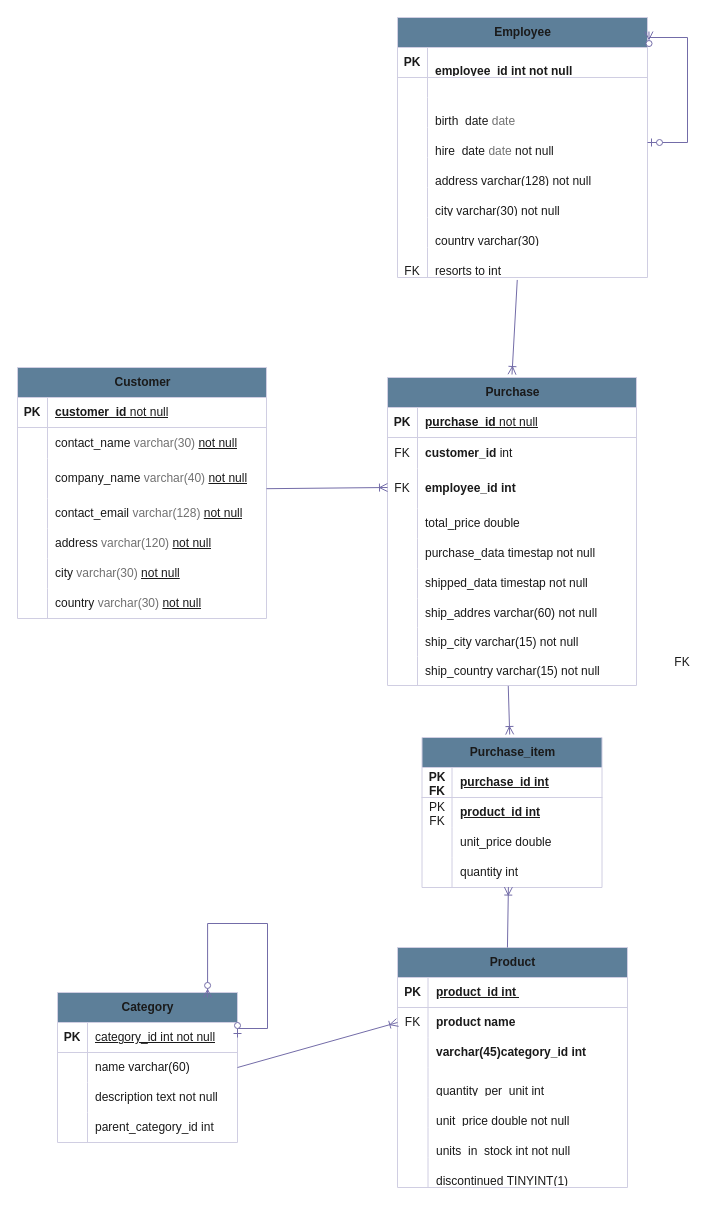
Above: page "Page-1" (1 of 2) of rsc/Diagrama-sin-título.drawio in kevin-pb/sql-tasck-01-school (draw.io), before the change. Source tidied: cells renumbered, new cells numbered last; positions are measured from the earlier drawing's top-left corner, leaving out a move shared by most shapes. Both pictures are drawn from the tidied source at 100%, with x=0, y=0 at pixel (17, 17).
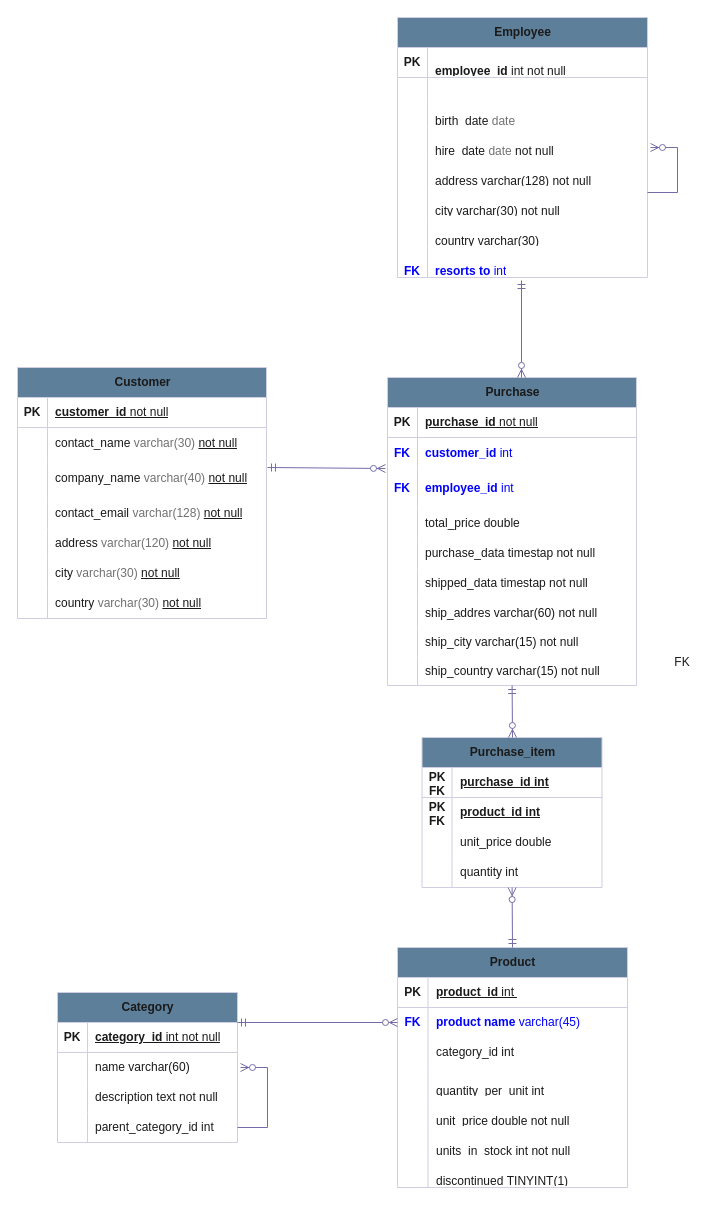
Above is the later version.

Commit message (it also covers changes not shown here):
upade eschema

Unchanged cells that the change refers to:
```xml
<mxCell id="2" value="Category" style="shape=table;startSize=30;childLayout=tableLayout;rowLines=0;fontStyle=1;align=center;html=1;strokeColor=#D0CEE2;fontColor=#1A1A1A;fillColor=#5D7F99;perimeterSpacing=3;" parent="1" vertex="1">
  <mxGeometry x="40" y="975" width="180" height="150" as="geometry" />
</mxCell>
<mxCell id="3" style="shape=tableRow;horizontal=0;startSize=0;swimlaneHead=0;swimlaneBody=0;fillColor=none;points=[[0,0.5],[1,0.5]];portConstraint=eastwest;top=0;left=0;right=0;bottom=1;strokeColor=#D0CEE2;fontColor=#1A1A1A;" parent="2" vertex="1">
  <mxGeometry y="30" width="180" height="30" as="geometry" />
</mxCell>
<mxCell id="6" style="shape=tableRow;horizontal=0;startSize=0;swimlaneHead=0;swimlaneBody=0;fillColor=none;points=[[0,0.5],[1,0.5]];portConstraint=eastwest;top=0;left=0;right=0;bottom=0;strokeColor=#D0CEE2;fontColor=#1A1A1A;" parent="2" vertex="1">
  <mxGeometry y="60" width="180" height="30" as="geometry" />
</mxCell>
<mxCell id="12" style="shape=tableRow;horizontal=0;startSize=0;swimlaneHead=0;swimlaneBody=0;fillColor=none;points=[[0,0.5],[1,0.5]];portConstraint=eastwest;top=0;left=0;right=0;bottom=0;strokeColor=#D0CEE2;fontColor=#1A1A1A;" parent="2" vertex="1">
  <mxGeometry y="120" width="180" height="30" as="geometry" />
</mxCell>
<mxCell id="17" value="Employee" style="shape=table;startSize=30;childLayout=tableLayout;rowLines=0;fontStyle=1;align=center;html=1;strokeColor=#D0CEE2;fontColor=#1A1A1A;fillColor=#5D7F99;perimeterSpacing=3;" parent="1" vertex="1">
  <mxGeometry x="380" width="250" height="260" as="geometry" />
</mxCell>
<mxCell id="18" style="shape=tableRow;horizontal=0;startSize=0;swimlaneHead=0;swimlaneBody=0;fillColor=none;top=0;left=0;right=0;bottom=1;strokeColor=#D0CEE2;fontColor=#1A1A1A;" parent="17" vertex="1">
  <mxGeometry y="30" width="250" height="30" as="geometry" />
</mxCell>
<mxCell id="27" style="shape=tableRow;horizontal=0;startSize=0;swimlaneHead=0;swimlaneBody=0;fillColor=none;points=[[0,0.5],[1,0.5]];portConstraint=eastwest;top=0;left=0;right=0;bottom=0;strokeColor=#D0CEE2;fontColor=#1A1A1A;" parent="17" vertex="1">
  <mxGeometry y="110" width="250" height="30" as="geometry" />
</mxCell>
<mxCell id="39" style="shape=tableRow;horizontal=0;startSize=0;swimlaneHead=0;swimlaneBody=0;fillColor=none;points=[[0,0.5],[1,0.5]];portConstraint=eastwest;top=0;left=0;right=0;bottom=0;strokeColor=#D0CEE2;fontColor=#1A1A1A;" parent="17" vertex="1">
  <mxGeometry y="230" width="250" height="30" as="geometry" />
</mxCell>
<mxCell id="65" value="Purchase" style="shape=table;startSize=30;childLayout=tableLayout;rowLines=0;fontStyle=1;align=center;html=1;strokeColor=#D0CEE2;fontColor=#1A1A1A;fillColor=#5D7F99;perimeterSpacing=3;" parent="1" vertex="1">
  <mxGeometry x="370" y="360" width="249" height="308" as="geometry" />
</mxCell>
<mxCell id="69" style="shape=tableRow;horizontal=0;startSize=0;swimlaneHead=0;swimlaneBody=0;fillColor=none;points=[[0,0.5],[1,0.5]];portConstraint=eastwest;top=0;left=0;right=0;bottom=0;strokeColor=#D0CEE2;fontColor=#1A1A1A;" parent="65" vertex="1">
  <mxGeometry y="60" width="249" height="31" as="geometry" />
</mxCell>
<mxCell id="72" style="shape=tableRow;horizontal=0;startSize=0;swimlaneHead=0;swimlaneBody=0;fillColor=none;top=0;left=0;right=0;bottom=0;strokeColor=#D0CEE2;fontColor=#1A1A1A;" parent="65" vertex="1">
  <mxGeometry y="91" width="249" height="40" as="geometry" />
</mxCell>
<mxCell id="90" style="shape=tableRow;horizontal=0;startSize=0;swimlaneHead=0;swimlaneBody=0;fillColor=none;points=[[0,0.5],[1,0.5]];portConstraint=eastwest;top=0;left=0;right=0;bottom=0;strokeColor=#D0CEE2;fontColor=#1A1A1A;" parent="65" vertex="1">
  <mxGeometry y="279" width="249" height="29" as="geometry" />
</mxCell>
<mxCell id="93" value="Purchase_item" style="shape=table;startSize=30;childLayout=tableLayout;rowLines=0;fontStyle=1;align=center;html=1;strokeColor=#D0CEE2;fontColor=#1A1A1A;fillColor=#5D7F99;perimeterSpacing=3;" parent="1" vertex="1">
  <mxGeometry x="404.5" y="720" width="180" height="150" as="geometry" />
</mxCell>
<mxCell id="97" style="shape=tableRow;horizontal=0;startSize=0;swimlaneHead=0;swimlaneBody=0;fillColor=none;top=0;left=0;right=0;bottom=0;strokeColor=#D0CEE2;fontColor=#1A1A1A;" parent="93" vertex="1">
  <mxGeometry y="60" width="180" height="30" as="geometry" />
</mxCell>
<mxCell id="103" style="shape=tableRow;horizontal=0;startSize=0;swimlaneHead=0;swimlaneBody=0;fillColor=none;points=[[0,0.5],[1,0.5]];portConstraint=eastwest;top=0;left=0;right=0;bottom=0;strokeColor=#D0CEE2;fontColor=#1A1A1A;" parent="93" vertex="1">
  <mxGeometry y="120" width="180" height="30" as="geometry" />
</mxCell>
<mxCell id="108" value="Product" style="shape=table;startSize=30;childLayout=tableLayout;rowLines=0;fontStyle=1;align=center;html=1;strokeColor=#D0CEE2;fontColor=#1A1A1A;fillColor=#5D7F99;" parent="1" vertex="1">
  <mxGeometry x="380" y="930" width="230" height="240" as="geometry" />
</mxCell>
<mxCell id="109" style="shape=tableRow;horizontal=0;startSize=0;swimlaneHead=0;swimlaneBody=0;fillColor=none;top=0;left=0;right=0;bottom=1;strokeColor=#D0CEE2;fontColor=#1A1A1A;" parent="108" vertex="1">
  <mxGeometry y="30" width="230" height="30" as="geometry" />
</mxCell>
<mxCell id="112" style="shape=tableRow;horizontal=0;startSize=0;swimlaneHead=0;swimlaneBody=0;fillColor=none;points=[[0,0.5],[1,0.5]];portConstraint=eastwest;top=0;left=0;right=0;bottom=0;strokeColor=#D0CEE2;fontColor=#1A1A1A;" parent="108" vertex="1">
  <mxGeometry y="60" width="230" height="30" as="geometry" />
</mxCell>
<mxCell id="115" style="shape=tableRow;horizontal=0;startSize=0;swimlaneHead=0;swimlaneBody=0;fillColor=none;top=0;left=0;right=0;bottom=0;strokeColor=#D0CEE2;fontColor=#1A1A1A;" parent="108" vertex="1">
  <mxGeometry y="90" width="230" height="30" as="geometry" />
</mxCell>
```

Diff of the diagram source:
```diff
@@
-    <mxCell id="5" value="&lt;u style=&quot;font-weight: 400;&quot;&gt;category_id int not null&lt;/u&gt;" style="shape=partialRectangle;fillColor=none;top=0;left=0;bottom=0;right=0;align=left;spacingLeft=6;fontStyle=5;overflow=hidden;whiteSpace=wrap;html=1;strokeColor=#D0CEE2;fontColor=#1A1A1A;" parent="3" vertex="1">
+    <mxCell id="5" value="&lt;u style=&quot;&quot;&gt;category_id&lt;/u&gt;&lt;u style=&quot;font-weight: 400;&quot;&gt; int not null&lt;/u&gt;" style="shape=partialRectangle;fillColor=none;top=0;left=0;bottom=0;right=0;align=left;spacingLeft=6;fontStyle=5;overflow=hidden;whiteSpace=wrap;html=1;strokeColor=#D0CEE2;fontColor=#1A1A1A;" parent="3" vertex="1">
       <mxGeometry x="30" width="150" height="30" as="geometry" />
     </mxCell>
@@
-    <mxCell id="15" style="edgeStyle=orthogonalEdgeStyle;fontSize=12;html=1;endArrow=ERzeroToMany;startArrow=ERzeroToOne;rounded=0;strokeColor=#736CA8;fontColor=#1A1A1A;exitX=1;exitY=0.5;exitDx=0;exitDy=0;entryX=0.823;entryY=0.051;entryDx=0;entryDy=0;entryPerimeter=0;" parent="2" edge="1" source="3" target="2">
-      <mxGeometry relative="1" as="geometry">
-        <Array as="points">
-          <mxPoint x="180" y="36" />
-          <mxPoint x="210" y="36" />
-          <mxPoint x="210" y="-69" />
-          <mxPoint x="150" y="-69" />
-        </Array>
-      </mxGeometry>
-    </mxCell>
+    <mxCell id="133" style="edgeStyle=entityRelationEdgeStyle;fontSize=12;html=1;endArrow=ERzeroToMany;endFill=1;rounded=0;strokeColor=#736CA8;fontColor=#1A1A1A;exitX=1;exitY=0.5;exitDx=0;exitDy=0;" parent="2" edge="1" source="12" target="2">
+      <mxGeometry relative="1" as="geometry">
+        <Array as="points">
+          <mxPoint x="200" y="33" />
+        </Array>
+      </mxGeometry>
+    </mxCell>
@@
-    <mxCell id="20" value="&lt;div&gt;&lt;u&gt;&lt;br&gt;&lt;/u&gt;&lt;/div&gt;&lt;u&gt;employee_id int not null&lt;/u&gt;" style="shape=partialRectangle;fillColor=none;top=0;left=0;bottom=0;right=0;align=left;spacingLeft=6;fontStyle=5;overflow=hidden;whiteSpace=wrap;html=1;strokeColor=#D0CEE2;fontColor=#1A1A1A;" parent="18" vertex="1">
+    <mxCell id="20" value="&lt;div&gt;&lt;u&gt;&lt;br&gt;&lt;/u&gt;&lt;/div&gt;&lt;u&gt;employee_id &lt;span style=&quot;font-weight: normal;&quot;&gt;int not null&lt;/span&gt;&lt;/u&gt;" style="shape=partialRectangle;fillColor=none;top=0;left=0;bottom=0;right=0;align=left;spacingLeft=6;fontStyle=5;overflow=hidden;whiteSpace=wrap;html=1;strokeColor=#D0CEE2;fontColor=#1A1A1A;" parent="18" vertex="1">
       <mxGeometry x="30" width="220" height="30" as="geometry" />
     </mxCell>
@@
-    <mxCell id="40" value="&lt;div&gt;&lt;br&gt;&lt;/div&gt;FK" style="shape=partialRectangle;fillColor=none;top=0;left=0;bottom=0;right=0;overflow=hidden;whiteSpace=wrap;html=1;strokeColor=#D0CEE2;fontColor=#1A1A1A;" parent="39" vertex="1">
+    <mxCell id="40" value="&lt;div&gt;&lt;font color=&quot;#0000ff&quot;&gt;&lt;b&gt;&lt;br&gt;&lt;/b&gt;&lt;/font&gt;&lt;/div&gt;&lt;font color=&quot;#0000ff&quot;&gt;&lt;b&gt;FK&lt;/b&gt;&lt;/font&gt;" style="shape=partialRectangle;fillColor=none;top=0;left=0;bottom=0;right=0;overflow=hidden;whiteSpace=wrap;html=1;strokeColor=#D0CEE2;fontColor=#1A1A1A;" parent="39" vertex="1">
       <mxGeometry width="30" height="30" as="geometry" />
     </mxCell>
-    <mxCell id="41" value="&lt;div&gt;&lt;/div&gt;&lt;div&gt;&lt;br&gt;&lt;/div&gt;&lt;div&gt;resorts to int&lt;/div&gt;" style="shape=partialRectangle;fillColor=none;top=0;left=0;bottom=0;right=0;align=left;spacingLeft=6;overflow=hidden;whiteSpace=wrap;html=1;strokeColor=#D0CEE2;fontColor=#1A1A1A;" parent="39" vertex="1">
+    <mxCell id="41" value="&lt;div&gt;&lt;/div&gt;&lt;div&gt;&lt;b&gt;&lt;font color=&quot;#0000ff&quot;&gt;&lt;br&gt;&lt;/font&gt;&lt;/b&gt;&lt;/div&gt;&lt;div&gt;&lt;font style=&quot;&quot; color=&quot;#0000ff&quot;&gt;&lt;b&gt;resorts to &lt;/b&gt;int&lt;/font&gt;&lt;/div&gt;" style="shape=partialRectangle;fillColor=none;top=0;left=0;bottom=0;right=0;align=left;spacingLeft=6;overflow=hidden;whiteSpace=wrap;html=1;strokeColor=#D0CEE2;fontColor=#1A1A1A;" parent="39" vertex="1">
       <mxGeometry x="30" width="220" height="30" as="geometry" />
     </mxCell>
-    <mxCell id="42" style="edgeStyle=orthogonalEdgeStyle;fontSize=12;html=1;endArrow=ERzeroToMany;startArrow=ERzeroToOne;rounded=0;strokeColor=#736CA8;fontColor=#1A1A1A;exitX=1;exitY=0.5;exitDx=0;exitDy=0;entryX=0.994;entryY=0.064;entryDx=0;entryDy=0;entryPerimeter=0;" parent="17" edge="1" source="27" target="17">
-      <mxGeometry relative="1" as="geometry">
-        <Array as="points">
-          <mxPoint x="290" y="125" />
-          <mxPoint x="290" y="20" />
-          <mxPoint x="252" y="20" />
-        </Array>
-      </mxGeometry>
-    </mxCell>
@@
-    <mxCell id="70" value="FK" style="shape=partialRectangle;fillColor=none;top=0;left=0;bottom=0;right=0;overflow=hidden;whiteSpace=wrap;html=1;strokeColor=#D0CEE2;fontColor=#1A1A1A;" parent="69" vertex="1">
+    <mxCell id="70" value="&lt;b&gt;&lt;font color=&quot;#0000ff&quot;&gt;FK&lt;/font&gt;&lt;/b&gt;" style="shape=partialRectangle;fillColor=none;top=0;left=0;bottom=0;right=0;overflow=hidden;whiteSpace=wrap;html=1;strokeColor=#D0CEE2;fontColor=#1A1A1A;" parent="69" vertex="1">
       <mxGeometry width="30" height="31" as="geometry" />
     </mxCell>
-    <mxCell id="71" value="&lt;b&gt;customer_id&lt;/b&gt;&amp;nbsp;int&lt;font color=&quot;#717171&quot;&gt;&amp;nbsp;&lt;/font&gt;" style="shape=partialRectangle;fillColor=none;top=0;left=0;bottom=0;right=0;align=left;spacingLeft=6;overflow=hidden;whiteSpace=wrap;html=1;strokeColor=#D0CEE2;fontColor=#1A1A1A;" parent="69" vertex="1">
+    <mxCell id="71" value="&lt;font color=&quot;#0000ff&quot;&gt;&lt;b&gt;customer_id&lt;/b&gt;&amp;nbsp;int&amp;nbsp;&lt;/font&gt;" style="shape=partialRectangle;fillColor=none;top=0;left=0;bottom=0;right=0;align=left;spacingLeft=6;overflow=hidden;whiteSpace=wrap;html=1;strokeColor=#D0CEE2;fontColor=#1A1A1A;" parent="69" vertex="1">
       <mxGeometry x="30" width="219" height="31" as="geometry" />
     </mxCell>
@@
-    <mxCell id="73" value="FK" style="shape=partialRectangle;fillColor=none;top=0;left=0;bottom=0;right=0;overflow=hidden;whiteSpace=wrap;html=1;strokeColor=#D0CEE2;fontColor=#1A1A1A;" parent="72" vertex="1">
+    <mxCell id="73" value="&lt;b&gt;&lt;font color=&quot;#0000ff&quot;&gt;FK&lt;/font&gt;&lt;/b&gt;" style="shape=partialRectangle;fillColor=none;top=0;left=0;bottom=0;right=0;overflow=hidden;whiteSpace=wrap;html=1;strokeColor=#D0CEE2;fontColor=#1A1A1A;" parent="72" vertex="1">
       <mxGeometry width="30" height="40" as="geometry" />
     </mxCell>
-    <mxCell id="74" value="&lt;b&gt;employee_id int&lt;/b&gt;" style="shape=partialRectangle;fillColor=none;top=0;left=0;bottom=0;right=0;align=left;spacingLeft=6;overflow=hidden;whiteSpace=wrap;html=1;strokeColor=#D0CEE2;fontColor=#1A1A1A;" parent="72" vertex="1">
+    <mxCell id="74" value="&lt;font style=&quot;&quot; color=&quot;#0000ff&quot;&gt;&lt;b&gt;employee_id &lt;/b&gt;int&lt;/font&gt;" style="shape=partialRectangle;fillColor=none;top=0;left=0;bottom=0;right=0;align=left;spacingLeft=6;overflow=hidden;whiteSpace=wrap;html=1;strokeColor=#D0CEE2;fontColor=#1A1A1A;" parent="72" vertex="1">
       <mxGeometry x="30" width="219" height="40" as="geometry" />
     </mxCell>
@@
-    <mxCell id="98" value="PK FK" style="shape=partialRectangle;fillColor=none;top=0;left=0;bottom=0;right=0;overflow=hidden;whiteSpace=wrap;html=1;strokeColor=#D0CEE2;fontColor=#1A1A1A;" parent="97" vertex="1">
+    <mxCell id="98" value="&lt;b&gt;PK FK&lt;/b&gt;" style="shape=partialRectangle;fillColor=none;top=0;left=0;bottom=0;right=0;overflow=hidden;whiteSpace=wrap;html=1;strokeColor=#D0CEE2;fontColor=#1A1A1A;" parent="97" vertex="1">
       <mxGeometry width="30" height="30" as="geometry" />
     </mxCell>
@@
-    <mxCell id="106" style="fontSize=12;html=1;endArrow=ERoneToMany;rounded=0;strokeColor=#736CA8;fontColor=#1A1A1A;exitX=1.002;exitY=0.04;exitDx=0;exitDy=0;exitPerimeter=0;" parent="1" edge="1">
-      <mxGeometry relative="1" as="geometry">
-        <mxPoint x="249" y="471.2" as="sourcePoint" />
-        <mxPoint x="370" y="470" as="targetPoint" />
-      </mxGeometry>
-    </mxCell>
-    <mxCell id="107" style="fontSize=12;html=1;endArrow=ERoneToMany;rounded=0;strokeColor=#736CA8;fontColor=#1A1A1A;entryX=0.5;entryY=0;entryDx=0;entryDy=0;exitX=0.479;exitY=1.082;exitDx=0;exitDy=0;exitPerimeter=0;" parent="1" edge="1" source="39" target="65">
-      <mxGeometry relative="1" as="geometry" />
-    </mxCell>
@@
-    <mxCell id="111" value="&lt;div&gt;&lt;u style=&quot;background-color: initial;&quot;&gt;product_id int&amp;nbsp;&lt;/u&gt;&lt;br&gt;&lt;/div&gt;" style="shape=partialRectangle;fillColor=none;top=0;left=0;bottom=0;right=0;align=left;spacingLeft=6;fontStyle=5;overflow=hidden;whiteSpace=wrap;html=1;strokeColor=#D0CEE2;fontColor=#1A1A1A;" parent="109" vertex="1">
+    <mxCell id="111" value="&lt;div&gt;&lt;u style=&quot;background-color: initial;&quot;&gt;product_id &lt;span style=&quot;font-weight: normal;&quot;&gt;int&lt;/span&gt;&amp;nbsp;&lt;/u&gt;&lt;br&gt;&lt;/div&gt;" style="shape=partialRectangle;fillColor=none;top=0;left=0;bottom=0;right=0;align=left;spacingLeft=6;fontStyle=5;overflow=hidden;whiteSpace=wrap;html=1;strokeColor=#D0CEE2;fontColor=#1A1A1A;" parent="109" vertex="1">
       <mxGeometry x="30.5" width="199.5" height="30" as="geometry" />
     </mxCell>
@@
-    <mxCell id="113" value="FK" style="shape=partialRectangle;fillColor=none;top=0;left=0;bottom=0;right=0;overflow=hidden;whiteSpace=wrap;html=1;strokeColor=#D0CEE2;fontColor=#1A1A1A;" parent="112" vertex="1">
+    <mxCell id="113" value="&lt;b&gt;&lt;font color=&quot;#0000ff&quot;&gt;FK&lt;/font&gt;&lt;/b&gt;" style="shape=partialRectangle;fillColor=none;top=0;left=0;bottom=0;right=0;overflow=hidden;whiteSpace=wrap;html=1;strokeColor=#D0CEE2;fontColor=#1A1A1A;" parent="112" vertex="1">
       <mxGeometry width="30.5" height="30" as="geometry" />
     </mxCell>
-    <mxCell id="114" value="&lt;b&gt;product name&amp;nbsp;&lt;/b&gt;" style="shape=partialRectangle;fillColor=none;top=0;left=0;bottom=0;right=0;align=left;spacingLeft=6;overflow=hidden;whiteSpace=wrap;html=1;strokeColor=#D0CEE2;fontColor=#1A1A1A;" parent="112" vertex="1">
+    <mxCell id="114" value="&lt;font color=&quot;#0000ff&quot;&gt;&lt;b&gt;product name&amp;nbsp;&lt;/b&gt;varchar(45)&lt;/font&gt;" style="shape=partialRectangle;fillColor=none;top=0;left=0;bottom=0;right=0;align=left;spacingLeft=6;overflow=hidden;whiteSpace=wrap;html=1;strokeColor=#D0CEE2;fontColor=#1A1A1A;" parent="112" vertex="1">
       <mxGeometry x="30.5" width="199.5" height="30" as="geometry" />
     </mxCell>
@@
-    <mxCell id="117" value="&lt;b&gt;varchar(45)&lt;/b&gt;&lt;b&gt;category_id int&lt;/b&gt;" style="shape=partialRectangle;fillColor=none;top=0;left=0;bottom=0;right=0;align=left;spacingLeft=6;overflow=hidden;whiteSpace=wrap;html=1;strokeColor=#D0CEE2;fontColor=#1A1A1A;" parent="115" vertex="1">
+    <mxCell id="117" value="category_id int" style="shape=partialRectangle;fillColor=none;top=0;left=0;bottom=0;right=0;align=left;spacingLeft=6;overflow=hidden;whiteSpace=wrap;html=1;strokeColor=#D0CEE2;fontColor=#1A1A1A;" parent="115" vertex="1">
       <mxGeometry x="30.5" width="199.5" height="30" as="geometry" />
     </mxCell>
@@
-    <mxCell id="130" style="fontSize=12;html=1;endArrow=ERoneToMany;rounded=0;strokeColor=#736CA8;fontColor=#1A1A1A;exitX=1;exitY=0.5;exitDx=0;exitDy=0;entryX=0;entryY=0.5;entryDx=0;entryDy=0;" parent="1" edge="1" source="6" target="112">
-      <mxGeometry relative="1" as="geometry" />
-    </mxCell>
+    <mxCell id="134" style="edgeStyle=entityRelationEdgeStyle;fontSize=12;html=1;endArrow=ERzeroToMany;endFill=1;rounded=0;strokeColor=#736CA8;fontColor=#1A1A1A;" parent="1" edge="1" target="17">
+      <mxGeometry relative="1" as="geometry">
+        <mxPoint x="630" y="175" as="sourcePoint" />
+        <Array as="points">
+          <mxPoint x="690" y="160" />
+        </Array>
+      </mxGeometry>
+    </mxCell>
+    <mxCell id="135" style="fontSize=12;html=1;endArrow=ERzeroToMany;startArrow=ERmandOne;rounded=0;strokeColor=#736CA8;fontColor=#1A1A1A;exitX=1;exitY=0;exitDx=0;exitDy=0;exitPerimeter=0;entryX=0;entryY=0.5;entryDx=0;entryDy=0;" parent="1" edge="1" source="3" target="112">
+      <mxGeometry relative="1" as="geometry" />
+    </mxCell>
-    <mxCell id="131" style="fontSize=12;html=1;endArrow=ERoneToMany;rounded=0;strokeColor=#736CA8;fontColor=#1A1A1A;exitX=0.478;exitY=0;exitDx=0;exitDy=0;entryX=0.48;entryY=0.986;entryDx=0;entryDy=0;entryPerimeter=0;exitPerimeter=0;" parent="1" edge="1" source="108" target="103">
+    <mxCell id="131" style="fontSize=12;html=1;endArrow=ERzeroToMany;startArrow=ERmandOne;rounded=0;strokeColor=#736CA8;fontColor=#1A1A1A;exitX=0.5;exitY=0;exitDx=0;exitDy=0;" parent="1" edge="1" source="108" target="103">
       <mxGeometry relative="1" as="geometry" />
     </mxCell>
-    <mxCell id="132" style="fontSize=12;html=1;endArrow=ERoneToMany;rounded=0;strokeColor=#736CA8;fontColor=#1A1A1A;exitX=0.485;exitY=1.014;exitDx=0;exitDy=0;exitPerimeter=0;" parent="1" edge="1" source="90" target="93">
-      <mxGeometry relative="1" as="geometry" />
-    </mxCell>
+    <mxCell id="136" style="fontSize=12;html=1;endArrow=ERzeroToMany;startArrow=ERmandOne;rounded=0;strokeColor=#736CA8;fontColor=#1A1A1A;" parent="1" edge="1" source="90">
+      <mxGeometry relative="1" as="geometry">
+        <mxPoint x="495" y="720" as="targetPoint" />
+      </mxGeometry>
+    </mxCell>
+    <mxCell id="137" style="fontSize=12;html=1;endArrow=ERzeroToMany;startArrow=ERmandOne;rounded=0;strokeColor=#736CA8;fontColor=#1A1A1A;entryX=-0.008;entryY=1;entryDx=0;entryDy=0;entryPerimeter=0;" parent="1" edge="1" target="69">
+      <mxGeometry relative="1" as="geometry">
+        <mxPoint x="250" y="450" as="sourcePoint" />
+      </mxGeometry>
+    </mxCell>
+    <mxCell id="138" style="fontSize=12;html=1;endArrow=ERzeroToMany;startArrow=ERmandOne;rounded=0;strokeColor=#736CA8;fontColor=#1A1A1A;exitX=0.496;exitY=1.1;exitDx=0;exitDy=0;exitPerimeter=0;" parent="1" edge="1" source="39">
+      <mxGeometry relative="1" as="geometry">
+        <mxPoint x="504" y="360" as="targetPoint" />
+      </mxGeometry>
+    </mxCell>
```
